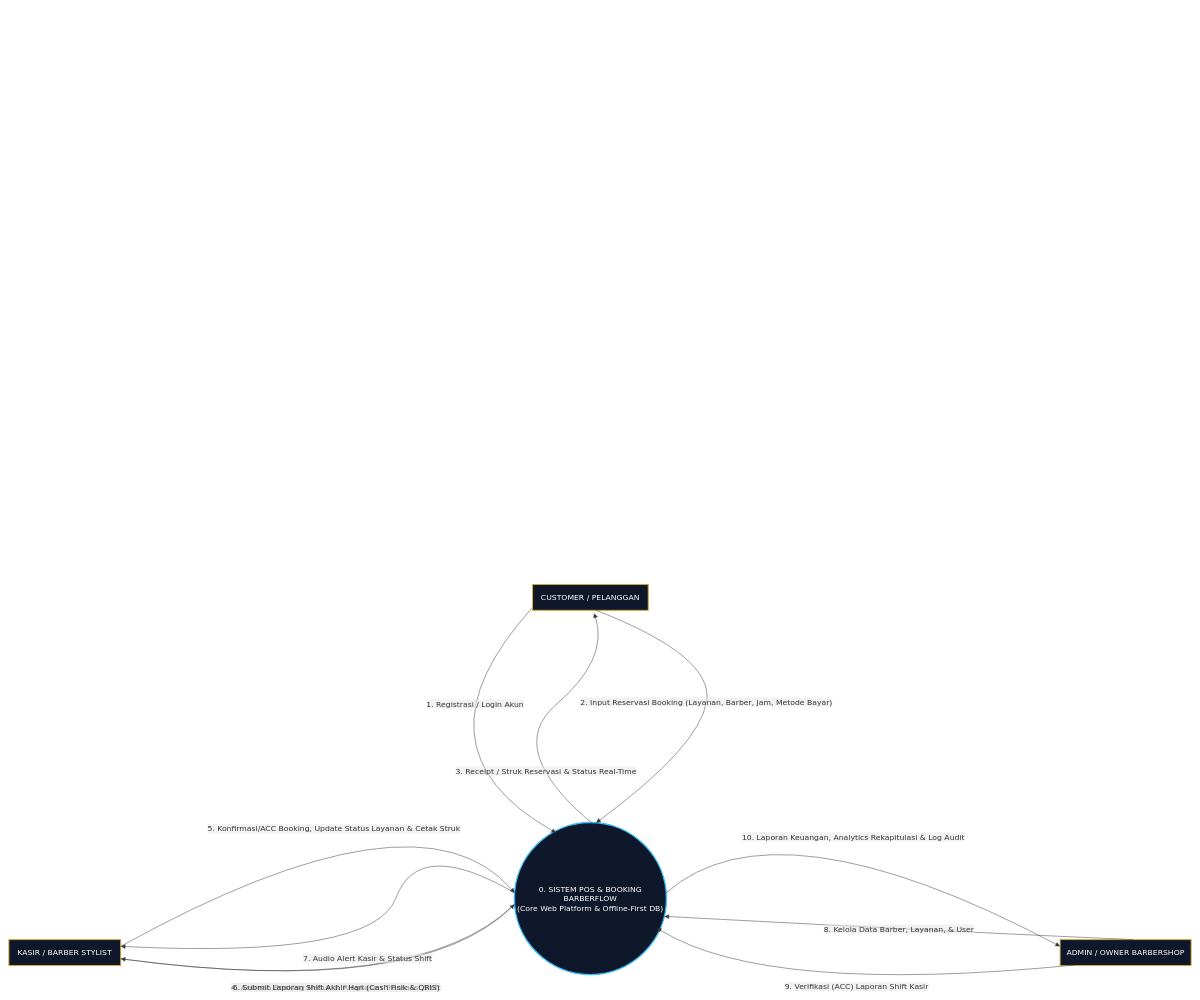
FazleDzakyA/Classic-Barbergo_cashier keeps this draw.io diagram as page "Context diagram" (1 of 7) of New Barbergo.drawio. Above is the earlier version. Source tidied: cells renumbered, new cells numbered last; positions are measured from the earlier drawing's top-left corner, leaving out a move shared by most shapes. Both pictures are drawn from the tidied source at 48%, with x=0, y=0 at pixel (9, 8).
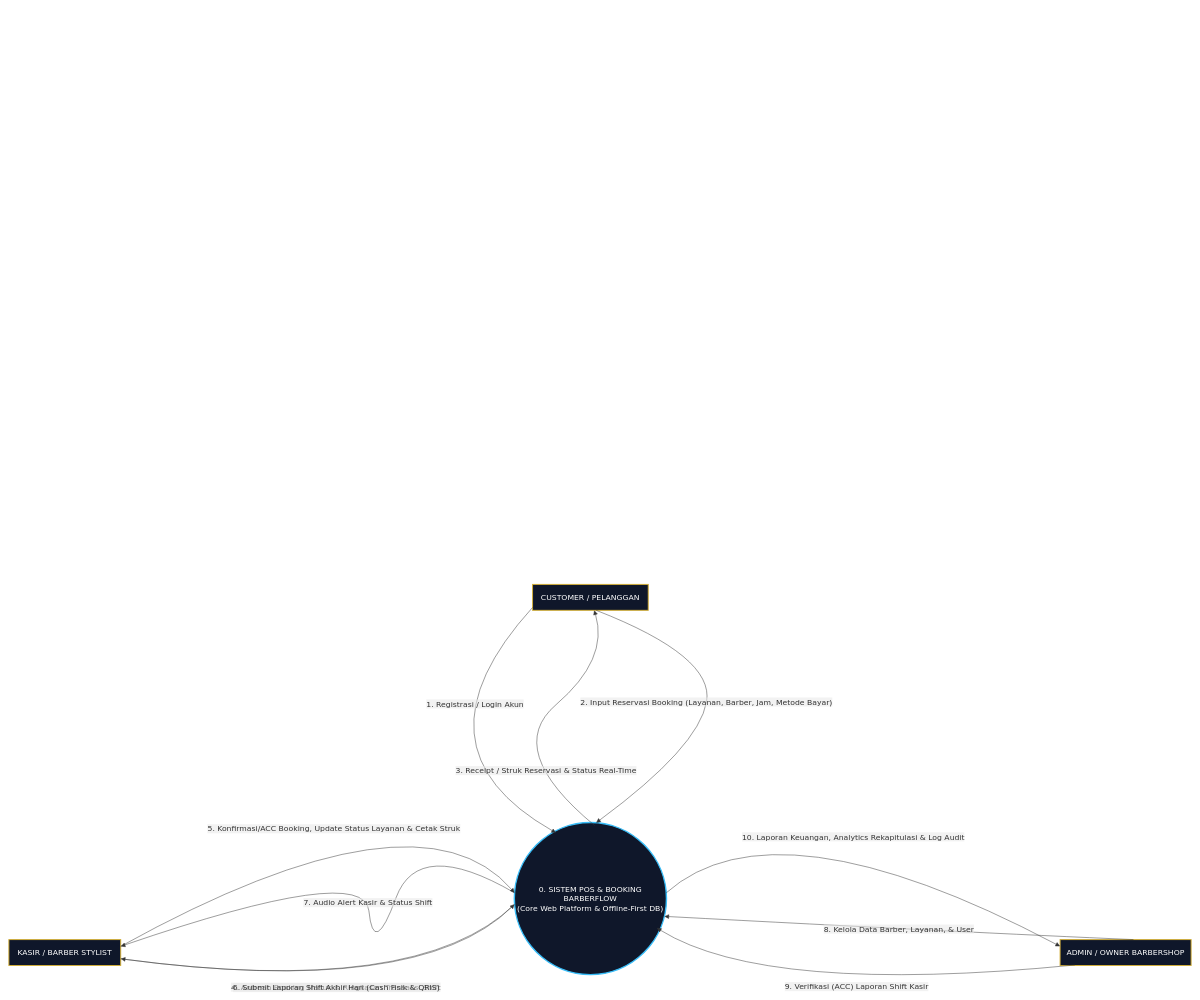
Above is the later version.

Unchanged cells that the change refers to:
```xml
<mxCell id="2" style="group;transparentBounds=1;editIcon=1;lockedGroup=0;groupPadding=10;" parent="1" vertex="1">
  <mxGeometry x="350" as="geometry" />
</mxCell>
<mxCell id="3" value="CUSTOMER / PELANGGAN" style="html=1;whiteSpace=wrap;strokeWidth=2;fillColor=#0F172A;strokeColor=#D4AF37;fontColor=#FFF;fontFamily=Trebuchet MS,Verdana,Arial,sans-serif;fontSize=16;" parent="2" vertex="1">
  <mxGeometry x="741" y="1200" width="241" height="54" as="geometry" />
</mxCell>
<mxCell id="4" value="KASIR / BARBER STYLIST" style="html=1;whiteSpace=wrap;strokeWidth=2;fillColor=#0F172A;strokeColor=#D4AF37;fontColor=#FFF;fontFamily=Trebuchet MS,Verdana,Arial,sans-serif;fontSize=16;" parent="2" vertex="1">
  <mxGeometry x="-350" y="1940" width="233" height="54" as="geometry" />
</mxCell>
<mxCell id="6" value="0. SISTEM POS &amp; BOOKING BARBERFLOW&#10;(Core Web Platform &amp; Offline-First DB)" style="ellipse;html=1;strokeWidth=3;whiteSpace=wrap;fillColor=#0F172A;strokeColor=#38BDF8;fontColor=#FFF;fontFamily=Trebuchet MS,Verdana,Arial,sans-serif;fontSize=16;" parent="2" vertex="1">
  <mxGeometry x="703" y="1696" width="317" height="317" as="geometry" />
</mxCell>
```

What changed in the source:
```diff
@@
-    <mxCell id="9" value="3. Receipt / Struk Reservasi &amp; Status Real-Time" style="curved=1;startArrow=none;endArrow=block;endSize=7;strokeColor=light-dark(#333333,#cccccc);html=1;fontSize=16;labelBackgroundColor=light-dark(#E8E8E88D,#2a2a2a8D);fontFamily=Trebuchet MS,Verdana,Arial,sans-serif;fontColor=light-dark(#333333,#cccccc);exitX=0.46;exitY=0;entryX=0.45;entryY=1;rounded=0;" parent="2" edge="1">
+    <mxCell id="9" value="3. Receipt / Struk Reservasi &amp; Status Real-Time" style="curved=1;startArrow=none;endArrow=block;endSize=7;strokeColor=light-dark(#333333,#cccccc);html=1;fontSize=16;labelBackgroundColor=light-dark(#E8E8E88D,#2a2a2a8D);fontFamily=Trebuchet MS,Verdana,Arial,sans-serif;fontColor=light-dark(#333333,#cccccc);exitX=0.46;exitY=0;rounded=0;endFill=1;" parent="2" edge="1" target="3">
       <mxGeometry x="-0.53" y="-23" relative="1" as="geometry">
         <mxPoint x="870.4" y="1702.4" as="sourcePoint" />
-        <mxPoint x="869.4" y="1260" as="targetPoint" />
         <Array as="points">
           <mxPoint x="680" y="1545" />
           <mxPoint x="900" y="1356" />
         </Array>
       </mxGeometry>
     </mxCell>
@@
     <mxCell id="13" value="7. Audio Alert Kasir &amp; Status Shift" style="curved=1;startArrow=none;endArrow=block;endSize=7;strokeColor=light-dark(#333333,#cccccc);html=1;fontSize=16;labelBackgroundColor=light-dark(#E8E8E88D,#2a2a2a8D);fontFamily=Trebuchet MS,Verdana,Arial,sans-serif;fontColor=light-dark(#333333,#cccccc);exitX=0;exitY=0.46;entryX=1;entryY=0.26;rounded=0;" parent="2" edge="1" source="6" target="4">
       <mxGeometry relative="1" as="geometry">
         <Array as="points">
           <mxPoint x="503" y="1726" />
           <mxPoint x="410" y="1980" />
+          <mxPoint x="390" y="1780" />
         </Array>
       </mxGeometry>
     </mxCell>
```
